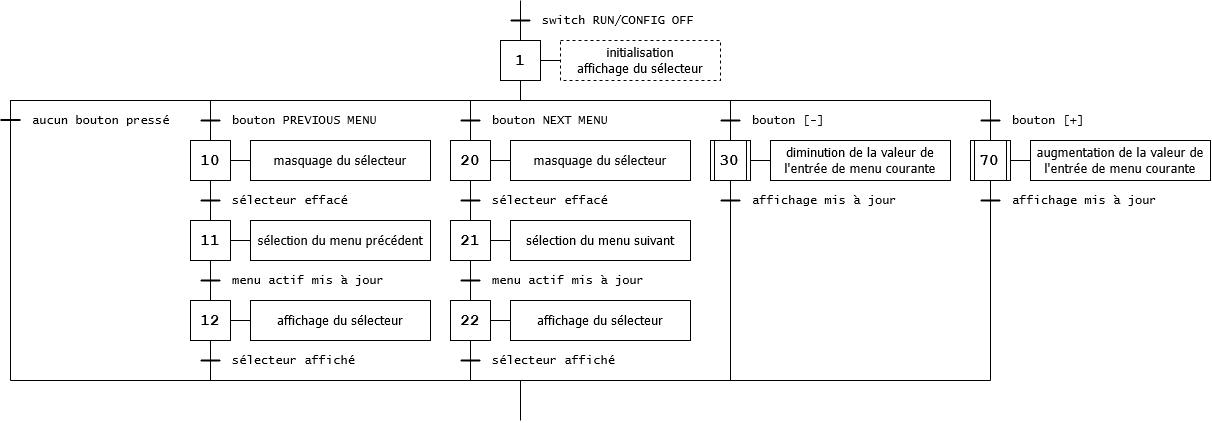
Before: LB_PIC18F8722_Filtres/rapport/images/orga_config.png, a diagram exported from draw.io (laura-bin/2021_microcontroleurs). Source tidied: cells renumbered, new cells last; positions are measured from the earlier drawing's top-left corner, leaving out a move shared by most shapes.
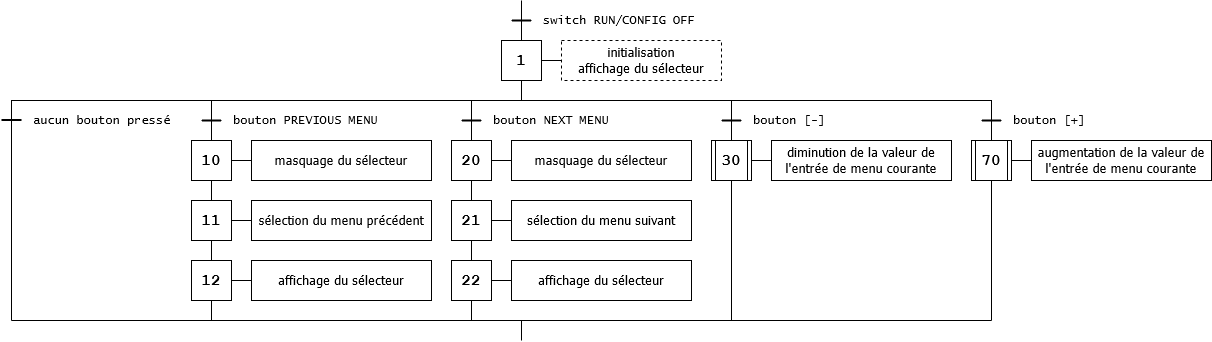
After the commit.

Diff of the diagram source:
```diff
@@ -115,109 +115,55 @@
       <mxGeometry relative="1" as="geometry" />
     </mxCell>
     <mxCell id="26" value="&lt;font style=&quot;font-size: 16px&quot;&gt;&lt;b&gt;&lt;font style=&quot;font-size: 16px&quot; face=&quot;Courier New&quot;&gt;11&lt;/font&gt;&lt;/b&gt;&lt;/font&gt;" style="rounded=0;whiteSpace=wrap;html=1;" parent="1" vertex="1">
-      <mxGeometry x="190" y="220" width="40" height="40" as="geometry" />
+      <mxGeometry x="190" y="200" width="40" height="40" as="geometry" />
     </mxCell>
     <mxCell id="27" style="edgeStyle=orthogonalEdgeStyle;rounded=0;jettySize=auto;html=1;exitX=1;exitY=0.5;exitDx=0;exitDy=0;entryX=0;entryY=0.5;entryDx=0;entryDy=0;endArrow=none;endFill=0;" parent="1" edge="1" target="28">
       <mxGeometry relative="1" as="geometry">
-        <mxPoint x="230" y="240" as="sourcePoint" />
+        <mxPoint x="230" y="220" as="sourcePoint" />
       </mxGeometry>
     </mxCell>
     <mxCell id="28" value="&lt;font style=&quot;font-size: 13px&quot; face=&quot;Tahoma&quot;&gt;sélection du menu précédent&lt;/font&gt;" style="rounded=0;whiteSpace=wrap;html=1;strokeColor=#000000;strokeWidth=1;align=center;" parent="1" vertex="1">
-      <mxGeometry x="250" y="220" width="180" height="40" as="geometry" />
+      <mxGeometry x="250" y="200" width="180" height="40" as="geometry" />
     </mxCell>
-    <mxCell id="29" style="endArrow=none;html=1;strokeWidth=2;" parent="1" edge="1">
-      <mxGeometry relative="1" as="geometry">
-        <mxPoint x="200" y="200" as="sourcePoint" />
-        <mxPoint x="220" y="200" as="targetPoint" />
-      </mxGeometry>
-    </mxCell>
-    <mxCell id="30" value="&lt;font face=&quot;Lucida Console&quot;&gt;sélecteur effacé&lt;/font&gt;" style="text;html=1;strokeColor=none;fillColor=none;align=left;verticalAlign=middle;whiteSpace=wrap;rounded=0;" parent="1" vertex="1">
-      <mxGeometry x="230" y="190" width="200" height="20" as="geometry" />
-    </mxCell>
     <mxCell id="31" value="&lt;font style=&quot;font-size: 16px&quot;&gt;&lt;b&gt;&lt;font style=&quot;font-size: 16px&quot; face=&quot;Courier New&quot;&gt;12&lt;/font&gt;&lt;/b&gt;&lt;/font&gt;" style="rounded=0;whiteSpace=wrap;html=1;" parent="1" vertex="1">
-      <mxGeometry x="190" y="300" width="40" height="40" as="geometry" />
+      <mxGeometry x="190" y="260" width="40" height="40" as="geometry" />
     </mxCell>
     <mxCell id="32" style="edgeStyle=orthogonalEdgeStyle;rounded=0;jettySize=auto;html=1;exitX=1;exitY=0.5;exitDx=0;exitDy=0;entryX=0;entryY=0.5;entryDx=0;entryDy=0;endArrow=none;endFill=0;" parent="1" edge="1" target="33">
       <mxGeometry relative="1" as="geometry">
-        <mxPoint x="230" y="320" as="sourcePoint" />
+        <mxPoint x="230" y="280" as="sourcePoint" />
       </mxGeometry>
     </mxCell>
     <mxCell id="33" value="&lt;div style=&quot;font-size: 13px&quot; align=&quot;center&quot;&gt;&lt;font style=&quot;font-size: 13px&quot; face=&quot;Tahoma&quot;&gt;affichage du sélecteur&lt;/font&gt;&lt;/div&gt;" style="rounded=0;whiteSpace=wrap;html=1;strokeColor=#000000;strokeWidth=1;align=center;" parent="1" vertex="1">
-      <mxGeometry x="250" y="300" width="180" height="40" as="geometry" />
+      <mxGeometry x="250" y="260" width="180" height="40" as="geometry" />
     </mxCell>
-    <mxCell id="34" style="endArrow=none;html=1;strokeWidth=2;" parent="1" edge="1">
-      <mxGeometry relative="1" as="geometry">
-        <mxPoint x="200" y="280" as="sourcePoint" />
-        <mxPoint x="220" y="280" as="targetPoint" />
-      </mxGeometry>
-    </mxCell>
-    <mxCell id="35" value="&lt;div align=&quot;left&quot;&gt;&lt;font face=&quot;Lucida Console&quot;&gt;menu actif mis à jour&lt;/font&gt;&lt;font face=&quot;Lucida Console&quot;&gt;&lt;br&gt;&lt;/font&gt;&lt;/div&gt;" style="text;html=1;strokeColor=none;fillColor=none;align=left;verticalAlign=middle;whiteSpace=wrap;rounded=0;" parent="1" vertex="1">
-      <mxGeometry x="230" y="270" width="200" height="20" as="geometry" />
-    </mxCell>
-    <mxCell id="36" style="endArrow=none;html=1;strokeWidth=2;" parent="1" edge="1">
-      <mxGeometry relative="1" as="geometry">
-        <mxPoint x="200" y="360" as="sourcePoint" />
-        <mxPoint x="220" y="360" as="targetPoint" />
-      </mxGeometry>
-    </mxCell>
-    <mxCell id="37" value="&lt;div align=&quot;left&quot;&gt;&lt;font face=&quot;Lucida Console&quot;&gt;sélecteur affiché&lt;br&gt;&lt;/font&gt;&lt;/div&gt;" style="text;html=1;strokeColor=none;fillColor=none;align=left;verticalAlign=middle;whiteSpace=wrap;rounded=0;" parent="1" vertex="1">
-      <mxGeometry x="230" y="350" width="200" height="20" as="geometry" />
-    </mxCell>
     <mxCell id="38" style="edgeStyle=orthogonalEdgeStyle;rounded=0;jettySize=auto;html=1;exitX=0.5;exitY=1;exitDx=0;exitDy=0;entryX=0.5;entryY=0;entryDx=0;entryDy=0;endArrow=none;endFill=0;" parent="1" edge="1" source="39" target="44">
       <mxGeometry relative="1" as="geometry" />
     </mxCell>
     <mxCell id="39" value="&lt;div style=&quot;font-size: 16px&quot;&gt;&lt;font style=&quot;font-size: 16px&quot;&gt;&lt;b&gt;&lt;font style=&quot;font-size: 16px&quot; face=&quot;Courier New&quot;&gt;21&lt;/font&gt;&lt;/b&gt;&lt;/font&gt;&lt;/div&gt;" style="rounded=0;whiteSpace=wrap;html=1;" parent="1" vertex="1">
-      <mxGeometry x="450" y="220" width="40" height="40" as="geometry" />
+      <mxGeometry x="450" y="200" width="40" height="40" as="geometry" />
     </mxCell>
     <mxCell id="40" style="edgeStyle=orthogonalEdgeStyle;rounded=0;jettySize=auto;html=1;exitX=1;exitY=0.5;exitDx=0;exitDy=0;entryX=0;entryY=0.5;entryDx=0;entryDy=0;endArrow=none;endFill=0;" parent="1" edge="1" target="41">
       <mxGeometry relative="1" as="geometry">
-        <mxPoint x="490" y="240" as="sourcePoint" />
+        <mxPoint x="490" y="220" as="sourcePoint" />
       </mxGeometry>
     </mxCell>
     <mxCell id="41" value="&lt;div align=&quot;center&quot;&gt;&lt;font style=&quot;font-size: 13px&quot; face=&quot;Tahoma&quot;&gt;sélection du menu suivant&lt;br&gt;&lt;/font&gt;&lt;/div&gt;" style="rounded=0;whiteSpace=wrap;html=1;strokeColor=#000000;strokeWidth=1;align=center;" parent="1" vertex="1">
-      <mxGeometry x="510" y="220" width="180" height="40" as="geometry" />
+      <mxGeometry x="510" y="200" width="180" height="40" as="geometry" />
     </mxCell>
-    <mxCell id="42" style="endArrow=none;html=1;strokeWidth=2;" parent="1" edge="1">
-      <mxGeometry relative="1" as="geometry">
-        <mxPoint x="460" y="200" as="sourcePoint" />
-        <mxPoint x="480" y="200" as="targetPoint" />
-      </mxGeometry>
-    </mxCell>
-    <mxCell id="43" value="&lt;div align=&quot;left&quot;&gt;&lt;font face=&quot;Lucida Console&quot;&gt;sélecteur effacé&lt;/font&gt;&lt;/div&gt;" style="text;html=1;strokeColor=none;fillColor=none;align=left;verticalAlign=middle;whiteSpace=wrap;rounded=0;" parent="1" vertex="1">
-      <mxGeometry x="490" y="190" width="200" height="20" as="geometry" />
-    </mxCell>
     <mxCell id="44" value="&lt;font style=&quot;font-size: 16px&quot;&gt;&lt;b&gt;&lt;font style=&quot;font-size: 16px&quot; face=&quot;Courier New&quot;&gt;22&lt;/font&gt;&lt;/b&gt;&lt;/font&gt;" style="rounded=0;whiteSpace=wrap;html=1;" parent="1" vertex="1">
-      <mxGeometry x="450" y="300" width="40" height="40" as="geometry" />
+      <mxGeometry x="450" y="260" width="40" height="40" as="geometry" />
     </mxCell>
     <mxCell id="45" style="edgeStyle=orthogonalEdgeStyle;rounded=0;jettySize=auto;html=1;exitX=1;exitY=0.5;exitDx=0;exitDy=0;entryX=0;entryY=0.5;entryDx=0;entryDy=0;endArrow=none;endFill=0;" parent="1" edge="1" target="46">
       <mxGeometry relative="1" as="geometry">
-        <mxPoint x="490" y="320" as="sourcePoint" />
+        <mxPoint x="490" y="280" as="sourcePoint" />
       </mxGeometry>
     </mxCell>
     <mxCell id="46" value="&lt;div style=&quot;font-size: 13px&quot; align=&quot;center&quot;&gt;&lt;font style=&quot;font-size: 13px&quot; face=&quot;Tahoma&quot;&gt;affichage du sélecteur&lt;/font&gt;&lt;/div&gt;" style="rounded=0;whiteSpace=wrap;html=1;strokeColor=#000000;strokeWidth=1;align=center;" parent="1" vertex="1">
-      <mxGeometry x="510" y="300" width="180" height="40" as="geometry" />
+      <mxGeometry x="510" y="260" width="180" height="40" as="geometry" />
     </mxCell>
-    <mxCell id="47" style="endArrow=none;html=1;strokeWidth=2;" parent="1" edge="1">
-      <mxGeometry relative="1" as="geometry">
-        <mxPoint x="460" y="280" as="sourcePoint" />
-        <mxPoint x="480" y="280" as="targetPoint" />
-      </mxGeometry>
-    </mxCell>
-    <mxCell id="48" value="&lt;div align=&quot;left&quot;&gt;&lt;div align=&quot;left&quot;&gt;&lt;font face=&quot;Lucida Console&quot;&gt;menu actif mis à jour&lt;/font&gt;&lt;font face=&quot;Lucida Console&quot;&gt;&lt;br&gt;&lt;/font&gt;&lt;/div&gt;&lt;/div&gt;" style="text;html=1;strokeColor=none;fillColor=none;align=left;verticalAlign=middle;whiteSpace=wrap;rounded=0;" parent="1" vertex="1">
-      <mxGeometry x="490" y="270" width="200" height="20" as="geometry" />
-    </mxCell>
-    <mxCell id="49" style="endArrow=none;html=1;strokeWidth=2;" parent="1" edge="1">
-      <mxGeometry relative="1" as="geometry">
-        <mxPoint x="460" y="360" as="sourcePoint" />
-        <mxPoint x="480" y="360" as="targetPoint" />
-      </mxGeometry>
-    </mxCell>
-    <mxCell id="50" value="&lt;div align=&quot;left&quot;&gt;&lt;font face=&quot;Lucida Console&quot;&gt;sélecteur affiché&lt;br&gt;&lt;/font&gt;&lt;/div&gt;" style="text;html=1;strokeColor=none;fillColor=none;align=left;verticalAlign=middle;whiteSpace=wrap;rounded=0;" parent="1" vertex="1">
-      <mxGeometry x="490" y="350" width="200" height="20" as="geometry" />
-    </mxCell>
     <mxCell id="51" style="endArrow=none;html=1;rounded=0;" parent="1" edge="1">
       <mxGeometry relative="1" as="geometry">
-        <mxPoint x="10" y="380" as="sourcePoint" />
+        <mxPoint x="10" y="320" as="sourcePoint" />
         <mxPoint x="210" y="100" as="targetPoint" />
         <Array as="points">
           <mxPoint x="10" y="100" />
@@ -236,18 +182,9 @@
     <mxCell id="54" style="edgeStyle=orthogonalEdgeStyle;rounded=0;orthogonalLoop=1;jettySize=auto;html=1;exitX=0.5;exitY=1;exitDx=0;exitDy=0;endArrow=none;endFill=0;" parent="1" edge="1">
       <mxGeometry relative="1" as="geometry">
         <mxPoint x="730" y="180" as="sourcePoint" />
-        <mxPoint x="730" y="380" as="targetPoint" />
+        <mxPoint x="730" y="320" as="targetPoint" />
       </mxGeometry>
     </mxCell>
-    <mxCell id="55" style="endArrow=none;html=1;strokeWidth=2;" parent="1" edge="1">
-      <mxGeometry relative="1" as="geometry">
-        <mxPoint x="720" y="200" as="sourcePoint" />
-        <mxPoint x="740" y="200" as="targetPoint" />
-      </mxGeometry>
-    </mxCell>
-    <mxCell id="56" value="&lt;font face=&quot;Lucida Console&quot;&gt;affichage mis à jour&lt;br&gt;&lt;/font&gt;" style="text;html=1;strokeColor=none;fillColor=none;align=left;verticalAlign=middle;whiteSpace=wrap;rounded=0;" parent="1" vertex="1">
-      <mxGeometry x="750" y="190" width="200" height="20" as="geometry" />
-    </mxCell>
     <mxCell id="57" value="&lt;b&gt;&lt;font style=&quot;font-size: 16px&quot; face=&quot;Courier New&quot;&gt;30&lt;/font&gt;&lt;/b&gt;" style="shape=process;whiteSpace=wrap;html=1;backgroundOutline=1;" parent="1" vertex="1">
       <mxGeometry x="710" y="140" width="40" height="40" as="geometry" />
     </mxCell>
@@ -271,41 +208,27 @@
     <mxCell id="62" style="edgeStyle=orthogonalEdgeStyle;rounded=0;orthogonalLoop=1;jettySize=auto;html=1;exitX=0.5;exitY=1;exitDx=0;exitDy=0;endArrow=none;endFill=0;" parent="1" edge="1">
       <mxGeometry relative="1" as="geometry">
         <mxPoint x="990" y="180" as="sourcePoint" />
-        <mxPoint x="990" y="380" as="targetPoint" />
+        <mxPoint x="990" y="320" as="targetPoint" />
       </mxGeometry>
     </mxCell>
-    <mxCell id="63" style="endArrow=none;html=1;strokeWidth=2;" parent="1" edge="1">
-      <mxGeometry relative="1" as="geometry">
-        <mxPoint x="980" y="200" as="sourcePoint" />
-        <mxPoint x="1000" y="200" as="targetPoint" />
-      </mxGeometry>
-    </mxCell>
-    <mxCell id="64" value="&lt;font face=&quot;Lucida Console&quot;&gt;affichage mis à jour&lt;br&gt;&lt;/font&gt;" style="text;html=1;strokeColor=none;fillColor=none;align=left;verticalAlign=middle;whiteSpace=wrap;rounded=0;" parent="1" vertex="1">
-      <mxGeometry x="1010" y="190" width="200" height="20" as="geometry" />
-    </mxCell>
     <mxCell id="65" value="&lt;b&gt;&lt;font style=&quot;font-size: 16px&quot; face=&quot;Courier New&quot;&gt;70&lt;/font&gt;&lt;/b&gt;" style="shape=process;whiteSpace=wrap;html=1;backgroundOutline=1;" parent="1" vertex="1">
       <mxGeometry x="970" y="140" width="40" height="40" as="geometry" />
     </mxCell>
     <mxCell id="66" style="endArrow=none;html=1;entryX=0.5;entryY=1;entryDx=0;entryDy=0;" parent="1" edge="1" target="31">
       <mxGeometry relative="1" as="geometry">
-        <mxPoint x="210" y="380" as="sourcePoint" />
+        <mxPoint x="210" y="320" as="sourcePoint" />
       </mxGeometry>
     </mxCell>
-    <mxCell id="67" style="endArrow=none;html=1;entryX=0.5;entryY=1;entryDx=0;entryDy=0;" parent="1" edge="1" target="44">
-      <mxGeometry relative="1" as="geometry">
-        <mxPoint x="470" y="380" as="sourcePoint" />
-      </mxGeometry>
-    </mxCell>
     <mxCell id="68" style="endArrow=none;html=1;" parent="1" edge="1">
       <mxGeometry relative="1" as="geometry">
-        <mxPoint x="10" y="380" as="sourcePoint" />
-        <mxPoint x="990" y="380" as="targetPoint" />
+        <mxPoint x="10" y="320" as="sourcePoint" />
+        <mxPoint x="990" y="320" as="targetPoint" />
       </mxGeometry>
     </mxCell>
     <mxCell id="69" style="endArrow=none;html=1;" parent="1" edge="1">
       <mxGeometry relative="1" as="geometry">
-        <mxPoint x="520" y="420" as="sourcePoint" />
-        <mxPoint x="520" y="380" as="targetPoint" />
+        <mxPoint x="520" y="320" as="sourcePoint" />
+        <mxPoint x="520" y="340" as="targetPoint" />
       </mxGeometry>
     </mxCell>
     <mxCell id="70" style="endArrow=none;html=1;strokeWidth=2;" parent="1" edge="1">
@@ -322,5 +245,10 @@
         <mxPoint x="520" as="targetPoint" />
       </mxGeometry>
     </mxCell>
+    <mxCell id="73" style="endArrow=none;html=1;entryX=0.5;entryY=1;entryDx=0;entryDy=0;" parent="1" edge="1" target="44">
+      <mxGeometry relative="1" as="geometry">
+        <mxPoint x="470" y="320" as="sourcePoint" />
+      </mxGeometry>
+    </mxCell>
   </root>
 </mxGraphModel>
```
